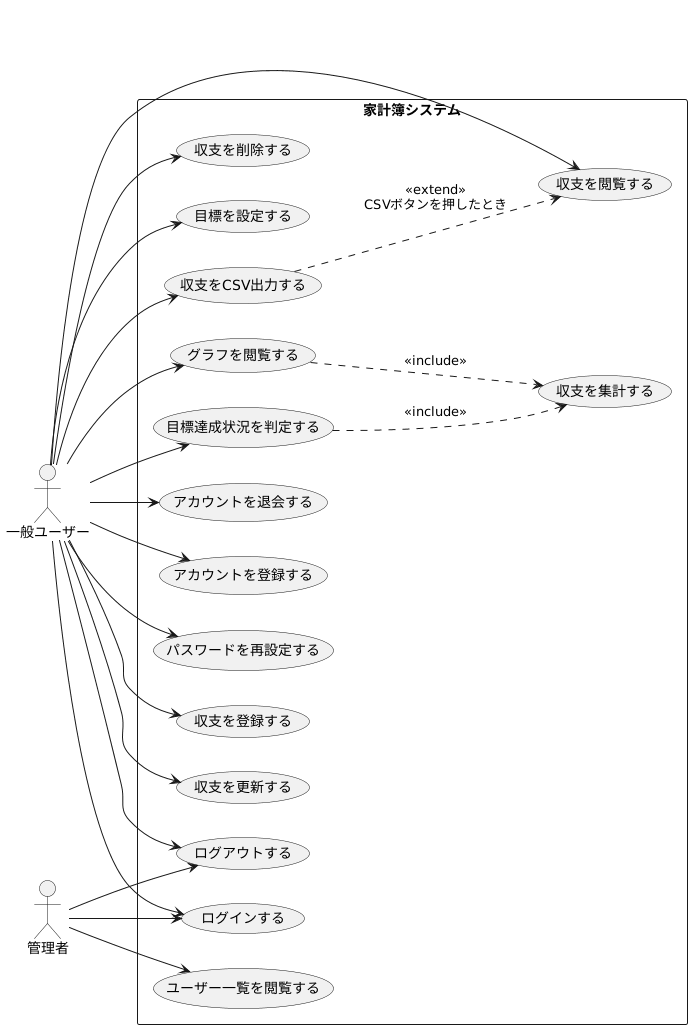
Before: 家計簿アプリユースケース図.png, a diagram exported from PlantUML (momoka-goi/momoka-goi-educure-app).
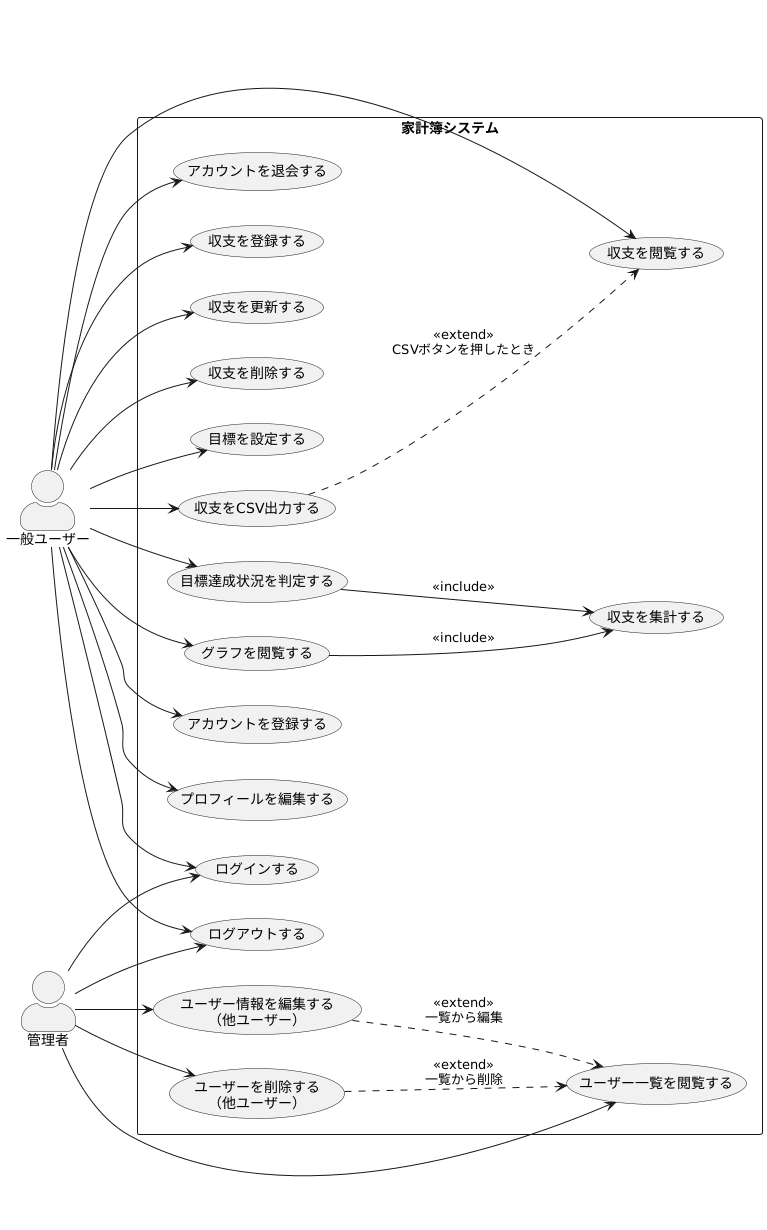
Later version of the same file.

The edit, as a diff of the source:
```diff
@@ -1,48 +1,59 @@
 @startuml
 left to right direction
+skinparam actorStyle awesome
+skinparam packageStyle rectangle
+
 actor "一般ユーザー" as User
 actor "管理者" as Admin
 
 rectangle "家計簿システム" {
-  usecase "アカウントを登録する" as UC_Register
+  usecase "アカウントを登録する" as UC_SignUp
   usecase "ログインする" as UC_Login
   usecase "ログアウトする" as UC_Logout
-  usecase "パスワードを再設定する" as UC_Reset
 
-  usecase "収支を登録する" as UC_Create
-  usecase "収支を更新する" as UC_Update
-  usecase "収支を削除する" as UC_Delete
-  usecase "収支を閲覧する" as UC_List
+  usecase "プロフィールを編集する" as UC_EditProfileSelf
+  usecase "アカウントを退会する" as UC_Withdraw
+
+  usecase "収支を登録する" as UC_AddTx
+  usecase "収支を更新する" as UC_UpdateTx
+  usecase "収支を削除する" as UC_DeleteTx
+  usecase "収支を閲覧する" as UC_ViewTx
   usecase "収支を集計する" as UC_Aggregate
 
   usecase "目標を設定する" as UC_SetGoal
-  usecase "目標達成状況を判定する" as UC_Evaluate
-  usecase "グラフを閲覧する" as UC_Chart
-  usecase "収支をCSV出力する" as UC_CSV
+  usecase "目標達成状況を判定する" as UC_JudgeGoal
+  usecase "グラフを閲覧する" as UC_ViewGraph
 
-  usecase "アカウントを退会する" as UC_Withdraw
-  usecase "ユーザー一覧を閲覧する" as UC_UserList
+  usecase "収支をCSV出力する" as UC_ExportCSV
+
+  usecase "ユーザー一覧を閲覧する" as UC_ViewUsers
+  usecase "ユーザー情報を編集する\n（他ユーザー）" as UC_EditUserByAdmin
+  usecase "ユーザーを削除する\n（他ユーザー）" as UC_DeleteUserByAdmin
 }
 
-User  --> UC_Register
-User  --> UC_Login
-User  --> UC_Logout
-User  --> UC_Reset
-User  --> UC_Create
-User  --> UC_Update
-User  --> UC_Delete
-User  --> UC_List
-User  --> UC_SetGoal
-User  --> UC_Evaluate
-User  --> UC_Chart
-User  --> UC_CSV
-User  --> UC_Withdraw
+UC_ViewGraph --> UC_Aggregate : <<include>>
+UC_JudgeGoal --> UC_Aggregate : <<include>>
+UC_ExportCSV ..> UC_ViewTx : <<extend>>\nCSVボタンを押したとき
+UC_EditUserByAdmin ..> UC_ViewUsers : <<extend>>\n一覧から編集
+UC_DeleteUserByAdmin ..> UC_ViewUsers : <<extend>>\n一覧から削除
+
+User --> UC_SignUp
+User --> UC_Login
+User --> UC_Logout
+User --> UC_EditProfileSelf
+User --> UC_Withdraw
+User --> UC_AddTx
+User --> UC_UpdateTx
+User --> UC_DeleteTx
+User --> UC_ViewTx
+User --> UC_SetGoal
+User --> UC_JudgeGoal
+User --> UC_ViewGraph
+User --> UC_ExportCSV
 
 Admin --> UC_Login
 Admin --> UC_Logout
-Admin --> UC_UserList
-
-UC_Evaluate ..> UC_Aggregate : <<include>>
-UC_Chart    ..> UC_Aggregate : <<include>>
-UC_CSV      ..> UC_List      : <<extend>>\nCSVボタンを押したとき
+Admin --> UC_ViewUsers
+Admin --> UC_EditUserByAdmin
+Admin --> UC_DeleteUserByAdmin
 @enduml
```
